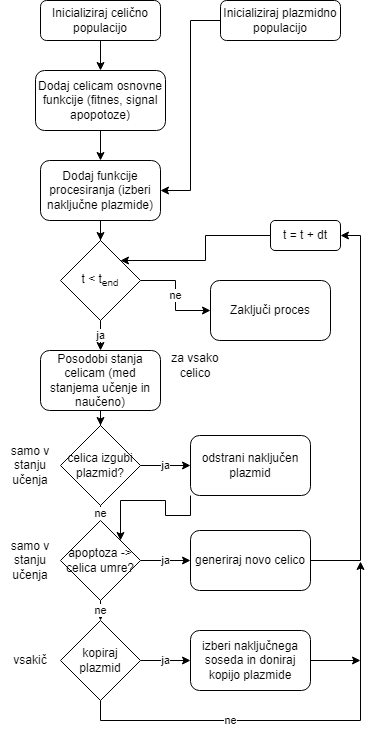
Before: flowchart.png, a diagram exported from draw.io (ss4774/evolution). Source tidied: cells renumbered, new cells last; positions are measured from the earlier drawing's top-left corner, leaving out a move shared by most shapes. Its diagram source:
```xml
<mxGraphModel>
  <root>
    <mxCell id="0" />
    <mxCell id="1" parent="0" />
    <mxCell id="2" style="edgeStyle=orthogonalEdgeStyle;rounded=0;jettySize=auto;html=1;exitX=0.5;exitY=1;exitDx=0;exitDy=0;entryX=0.5;entryY=0;entryDx=0;entryDy=0;" parent="1" edge="1" source="3" target="5">
      <mxGeometry relative="1" as="geometry" />
    </mxCell>
    <mxCell id="3" value="Inicializiraj celično populacijo" style="rounded=1;whiteSpace=wrap;html=1;fontSize=12;glass=0;strokeWidth=1;shadow=0;" parent="1" vertex="1">
      <mxGeometry x="40" width="120" height="40" as="geometry" />
    </mxCell>
    <mxCell id="4" style="edgeStyle=orthogonalEdgeStyle;rounded=0;jettySize=auto;html=1;entryX=0.5;entryY=0;entryDx=0;entryDy=0;" parent="1" edge="1" source="5" target="7">
      <mxGeometry relative="1" as="geometry" />
    </mxCell>
    <mxCell id="5" value="Dodaj celicam osnovne funkcije (fitnes, signal apopotoze)" style="rounded=1;whiteSpace=wrap;html=1;" parent="1" vertex="1">
      <mxGeometry x="35" y="70" width="130" height="60" as="geometry" />
    </mxCell>
    <mxCell id="6" style="edgeStyle=orthogonalEdgeStyle;rounded=0;jettySize=auto;html=1;entryX=0.5;entryY=0;entryDx=0;entryDy=0;" parent="1" edge="1" source="7" target="12">
      <mxGeometry relative="1" as="geometry" />
    </mxCell>
    <mxCell id="7" value="Dodaj funkcije procesiranja (izberi naključne plazmide)" style="rounded=1;whiteSpace=wrap;html=1;" parent="1" vertex="1">
      <mxGeometry x="40" y="160" width="120" height="60" as="geometry" />
    </mxCell>
    <mxCell id="8" style="edgeStyle=orthogonalEdgeStyle;rounded=0;jettySize=auto;html=1;entryX=1;entryY=0.5;entryDx=0;entryDy=0;" parent="1" edge="1" source="9" target="7">
      <mxGeometry relative="1" as="geometry" />
    </mxCell>
    <mxCell id="9" value="Inicializiraj plazmidno populacijo" style="rounded=1;whiteSpace=wrap;html=1;" parent="1" vertex="1">
      <mxGeometry x="220" width="120" height="40" as="geometry" />
    </mxCell>
    <mxCell id="10" value="ne" style="edgeStyle=orthogonalEdgeStyle;rounded=0;jettySize=auto;html=1;entryX=0;entryY=0.5;entryDx=0;entryDy=0;" parent="1" edge="1" source="12" target="13">
      <mxGeometry relative="1" as="geometry" />
    </mxCell>
    <mxCell id="11" value="ja" style="edgeStyle=orthogonalEdgeStyle;rounded=0;jettySize=auto;html=1;exitX=0.5;exitY=1;exitDx=0;exitDy=0;entryX=0.5;entryY=0;entryDx=0;entryDy=0;" parent="1" edge="1" source="12" target="15">
      <mxGeometry relative="1" as="geometry" />
    </mxCell>
    <mxCell id="12" value="t &amp;lt; t&lt;sub&gt;end&lt;/sub&gt;" style="rhombus;whiteSpace=wrap;html=1;rounded=0;" parent="1" vertex="1">
      <mxGeometry x="60" y="240" width="80" height="80" as="geometry" />
    </mxCell>
    <mxCell id="13" value="Zaključi proces" style="rounded=1;whiteSpace=wrap;html=1;" parent="1" vertex="1">
      <mxGeometry x="210" y="280" width="120" height="60" as="geometry" />
    </mxCell>
    <mxCell id="14" style="edgeStyle=orthogonalEdgeStyle;rounded=0;jettySize=auto;html=1;entryX=0.5;entryY=0;entryDx=0;entryDy=0;" parent="1" edge="1" source="15" target="19">
      <mxGeometry relative="1" as="geometry" />
    </mxCell>
    <mxCell id="15" value="Posodobi stanja celicam (med stanjema učenje in naučeno)" style="rounded=1;whiteSpace=wrap;html=1;" parent="1" vertex="1">
      <mxGeometry x="40" y="350" width="120" height="60" as="geometry" />
    </mxCell>
    <mxCell id="16" value="za vsako celico" style="text;html=1;strokeColor=none;fillColor=none;align=center;verticalAlign=middle;whiteSpace=wrap;rounded=0;" parent="1" vertex="1">
      <mxGeometry x="165" y="350" width="60" height="30" as="geometry" />
    </mxCell>
    <mxCell id="17" value="ja" style="edgeStyle=orthogonalEdgeStyle;rounded=0;jettySize=auto;html=1;entryX=0;entryY=0.5;entryDx=0;entryDy=0;" parent="1" edge="1" source="19" target="21">
      <mxGeometry relative="1" as="geometry" />
    </mxCell>
    <mxCell id="18" value="ne" style="edgeStyle=orthogonalEdgeStyle;rounded=0;jettySize=auto;html=1;exitX=0.5;exitY=1;exitDx=0;exitDy=0;entryX=0.5;entryY=0;entryDx=0;entryDy=0;" parent="1" edge="1" source="19" target="24">
      <mxGeometry relative="1" as="geometry" />
    </mxCell>
    <mxCell id="19" value="celica izgubi plazmid?" style="rhombus;whiteSpace=wrap;html=1;rounded=0;" parent="1" vertex="1">
      <mxGeometry x="60" y="425" width="80" height="80" as="geometry" />
    </mxCell>
    <mxCell id="20" style="edgeStyle=orthogonalEdgeStyle;rounded=0;jettySize=auto;html=1;exitX=0;exitY=1;exitDx=0;exitDy=0;entryX=1;entryY=0;entryDx=0;entryDy=0;" parent="1" edge="1" source="21" target="24">
      <mxGeometry relative="1" as="geometry" />
    </mxCell>
    <mxCell id="21" value="odstrani naključen plazmid" style="rounded=1;whiteSpace=wrap;html=1;" parent="1" vertex="1">
      <mxGeometry x="190" y="435" width="120" height="60" as="geometry" />
    </mxCell>
    <mxCell id="22" value="ne" style="edgeStyle=orthogonalEdgeStyle;rounded=0;jettySize=auto;html=1;exitX=0.5;exitY=1;exitDx=0;exitDy=0;entryX=0.5;entryY=0;entryDx=0;entryDy=0;" parent="1" edge="1" source="24" target="29">
      <mxGeometry relative="1" as="geometry" />
    </mxCell>
    <mxCell id="23" value="ja" style="edgeStyle=orthogonalEdgeStyle;rounded=0;jettySize=auto;html=1;exitX=1;exitY=0.5;exitDx=0;exitDy=0;entryX=0;entryY=0.5;entryDx=0;entryDy=0;" parent="1" edge="1" source="24" target="26">
      <mxGeometry relative="1" as="geometry" />
    </mxCell>
    <mxCell id="24" value="apoptoza -&amp;gt; celica umre?" style="rhombus;whiteSpace=wrap;html=1;rounded=0;" parent="1" vertex="1">
      <mxGeometry x="60" y="520" width="80" height="80" as="geometry" />
    </mxCell>
    <mxCell id="25" style="edgeStyle=orthogonalEdgeStyle;rounded=0;jettySize=auto;html=1;exitX=1;exitY=0.5;exitDx=0;exitDy=0;entryX=1;entryY=0.5;entryDx=0;entryDy=0;" parent="1" edge="1" source="26" target="36">
      <mxGeometry relative="1" as="geometry" />
    </mxCell>
    <mxCell id="26" value="generiraj novo celico" style="rounded=1;whiteSpace=wrap;html=1;" parent="1" vertex="1">
      <mxGeometry x="190" y="530" width="120" height="60" as="geometry" />
    </mxCell>
    <mxCell id="27" value="ja" style="edgeStyle=orthogonalEdgeStyle;rounded=0;jettySize=auto;html=1;exitX=1;exitY=0.5;exitDx=0;exitDy=0;entryX=0;entryY=0.5;entryDx=0;entryDy=0;" parent="1" edge="1" source="29" target="31">
      <mxGeometry relative="1" as="geometry" />
    </mxCell>
    <mxCell id="28" value="ne" style="edgeStyle=orthogonalEdgeStyle;rounded=0;jettySize=auto;html=1;exitX=0.5;exitY=1;exitDx=0;exitDy=0;" parent="1" edge="1" source="29">
      <mxGeometry x="-0.32" relative="1" as="geometry">
        <mxPoint x="360" y="561" as="targetPoint" />
      </mxGeometry>
    </mxCell>
    <mxCell id="29" value="kopiraj plazmid" style="rhombus;whiteSpace=wrap;html=1;rounded=0;" parent="1" vertex="1">
      <mxGeometry x="60" y="620" width="80" height="80" as="geometry" />
    </mxCell>
    <mxCell id="30" style="edgeStyle=orthogonalEdgeStyle;rounded=0;jettySize=auto;html=1;exitX=1;exitY=0.5;exitDx=0;exitDy=0;" parent="1" edge="1" source="31">
      <mxGeometry relative="1" as="geometry">
        <mxPoint x="360" y="660" as="targetPoint" />
      </mxGeometry>
    </mxCell>
    <mxCell id="31" value="izberi naključnega soseda in doniraj kopijo plazmide" style="rounded=1;whiteSpace=wrap;html=1;" parent="1" vertex="1">
      <mxGeometry x="190" y="630" width="120" height="60" as="geometry" />
    </mxCell>
    <mxCell id="32" value="samo v stanju učenja" style="text;html=1;strokeColor=none;fillColor=none;align=center;verticalAlign=middle;whiteSpace=wrap;rounded=0;" parent="1" vertex="1">
      <mxGeometry y="450" width="60" height="30" as="geometry" />
    </mxCell>
    <mxCell id="33" value="samo v stanju učenja" style="text;html=1;strokeColor=none;fillColor=none;align=center;verticalAlign=middle;whiteSpace=wrap;rounded=0;" parent="1" vertex="1">
      <mxGeometry y="545" width="60" height="30" as="geometry" />
    </mxCell>
    <mxCell id="34" value="vsakič" style="text;html=1;strokeColor=none;fillColor=none;align=center;verticalAlign=middle;whiteSpace=wrap;rounded=0;" parent="1" vertex="1">
      <mxGeometry y="645" width="60" height="30" as="geometry" />
    </mxCell>
    <mxCell id="35" style="edgeStyle=orthogonalEdgeStyle;rounded=0;jettySize=auto;html=1;exitX=0;exitY=0.5;exitDx=0;exitDy=0;entryX=1;entryY=0;entryDx=0;entryDy=0;" parent="1" edge="1" source="36" target="12">
      <mxGeometry relative="1" as="geometry" />
    </mxCell>
    <mxCell id="36" value="t = t + dt" style="rounded=1;whiteSpace=wrap;html=1;" parent="1" vertex="1">
      <mxGeometry x="270" y="220" width="70" height="30" as="geometry" />
    </mxCell>
  </root>
</mxGraphModel>
```
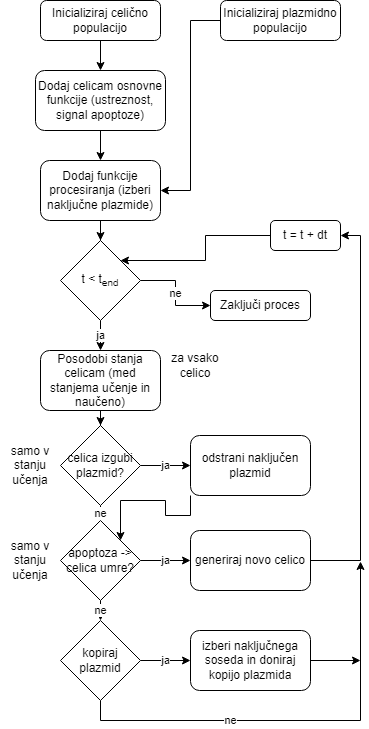
The same diagram one commit later.

Diff of the diagram source:
```diff
@@ -11,7 +11,7 @@
     <mxCell id="4" style="edgeStyle=orthogonalEdgeStyle;rounded=0;jettySize=auto;html=1;entryX=0.5;entryY=0;entryDx=0;entryDy=0;" parent="1" edge="1" source="5" target="7">
       <mxGeometry relative="1" as="geometry" />
     </mxCell>
-    <mxCell id="5" value="Dodaj celicam osnovne funkcije (fitnes, signal apopotoze)" style="rounded=1;whiteSpace=wrap;html=1;" parent="1" vertex="1">
+    <mxCell id="5" value="Dodaj celicam osnovne funkcije (ustreznost, signal apoptoze)" style="rounded=1;whiteSpace=wrap;html=1;" parent="1" vertex="1">
       <mxGeometry x="35" y="70" width="130" height="60" as="geometry" />
     </mxCell>
     <mxCell id="6" style="edgeStyle=orthogonalEdgeStyle;rounded=0;jettySize=auto;html=1;entryX=0.5;entryY=0;entryDx=0;entryDy=0;" parent="1" edge="1" source="7" target="12">
@@ -36,7 +36,7 @@
       <mxGeometry x="60" y="240" width="80" height="80" as="geometry" />
     </mxCell>
     <mxCell id="13" value="Zaključi proces" style="rounded=1;whiteSpace=wrap;html=1;" parent="1" vertex="1">
-      <mxGeometry x="210" y="280" width="120" height="60" as="geometry" />
+      <mxGeometry x="210" y="290" width="100" height="30" as="geometry" />
     </mxCell>
     <mxCell id="14" style="edgeStyle=orthogonalEdgeStyle;rounded=0;jettySize=auto;html=1;entryX=0.5;entryY=0;entryDx=0;entryDy=0;" parent="1" edge="1" source="15" target="19">
       <mxGeometry relative="1" as="geometry" />
@@ -93,7 +93,7 @@
         <mxPoint x="360" y="660" as="targetPoint" />
       </mxGeometry>
     </mxCell>
-    <mxCell id="31" value="izberi naključnega soseda in doniraj kopijo plazmide" style="rounded=1;whiteSpace=wrap;html=1;" parent="1" vertex="1">
+    <mxCell id="31" value="izberi naključnega soseda in doniraj kopijo plazmida" style="rounded=1;whiteSpace=wrap;html=1;" parent="1" vertex="1">
       <mxGeometry x="190" y="630" width="120" height="60" as="geometry" />
     </mxCell>
     <mxCell id="32" value="samo v stanju učenja" style="text;html=1;strokeColor=none;fillColor=none;align=center;verticalAlign=middle;whiteSpace=wrap;rounded=0;" parent="1" vertex="1">
@@ -102,9 +102,6 @@
     <mxCell id="33" value="samo v stanju učenja" style="text;html=1;strokeColor=none;fillColor=none;align=center;verticalAlign=middle;whiteSpace=wrap;rounded=0;" parent="1" vertex="1">
       <mxGeometry y="545" width="60" height="30" as="geometry" />
     </mxCell>
-    <mxCell id="34" value="vsakič" style="text;html=1;strokeColor=none;fillColor=none;align=center;verticalAlign=middle;whiteSpace=wrap;rounded=0;" parent="1" vertex="1">
-      <mxGeometry y="645" width="60" height="30" as="geometry" />
-    </mxCell>
     <mxCell id="35" style="edgeStyle=orthogonalEdgeStyle;rounded=0;jettySize=auto;html=1;exitX=0;exitY=0.5;exitDx=0;exitDy=0;entryX=1;entryY=0;entryDx=0;entryDy=0;" parent="1" edge="1" source="36" target="12">
       <mxGeometry relative="1" as="geometry" />
     </mxCell>
```
